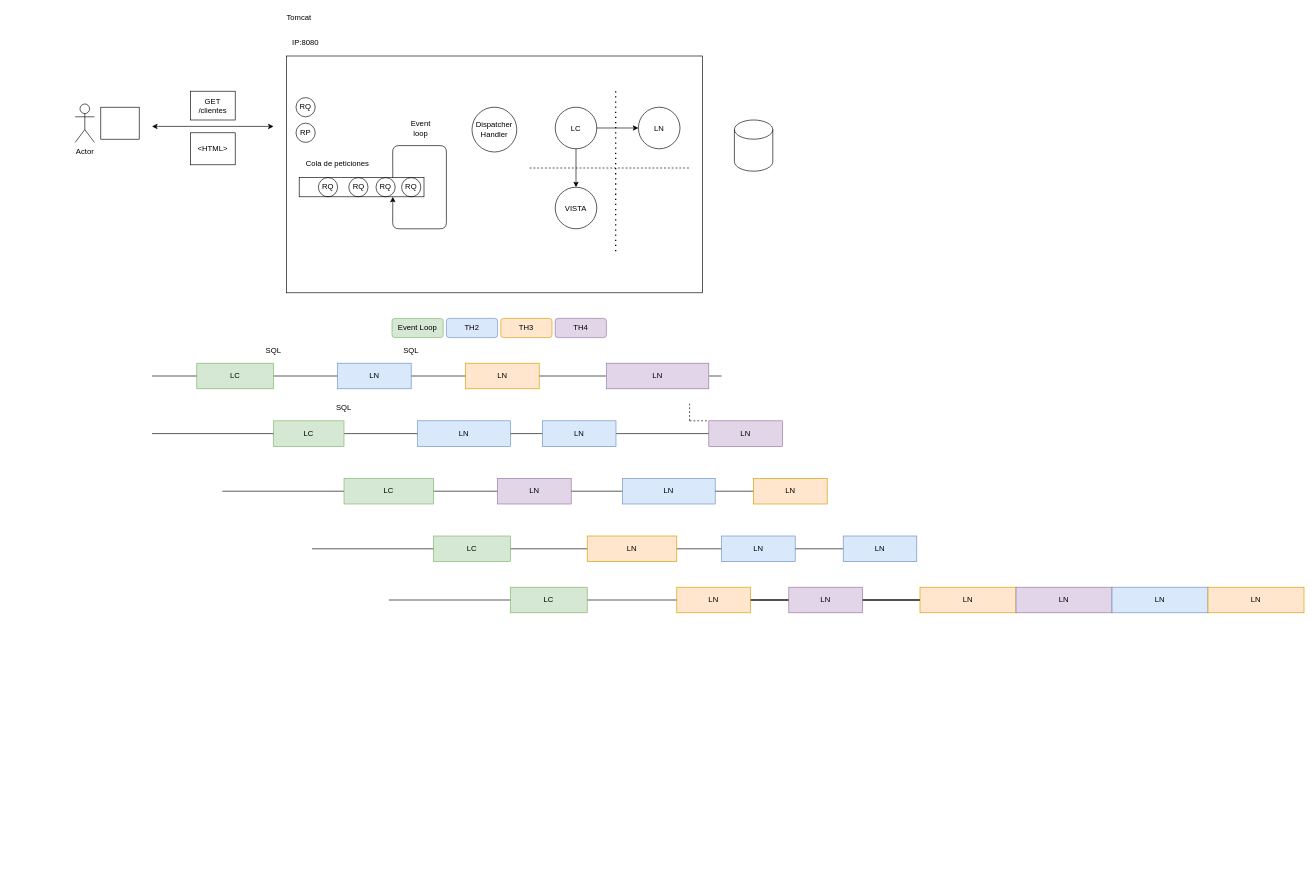
Before: page "Página-2" (2 of 4) of webflux_mutua.drawio in lrag/WebFlux, a draw.io diagram. Source tidied: cells renumbered, new cells numbered last; positions are measured from the earlier drawing's top-left corner, leaving out a move shared by most shapes. Both pictures are drawn from the tidied source at 64%, with x=0, y=0 at pixel (75, 11).
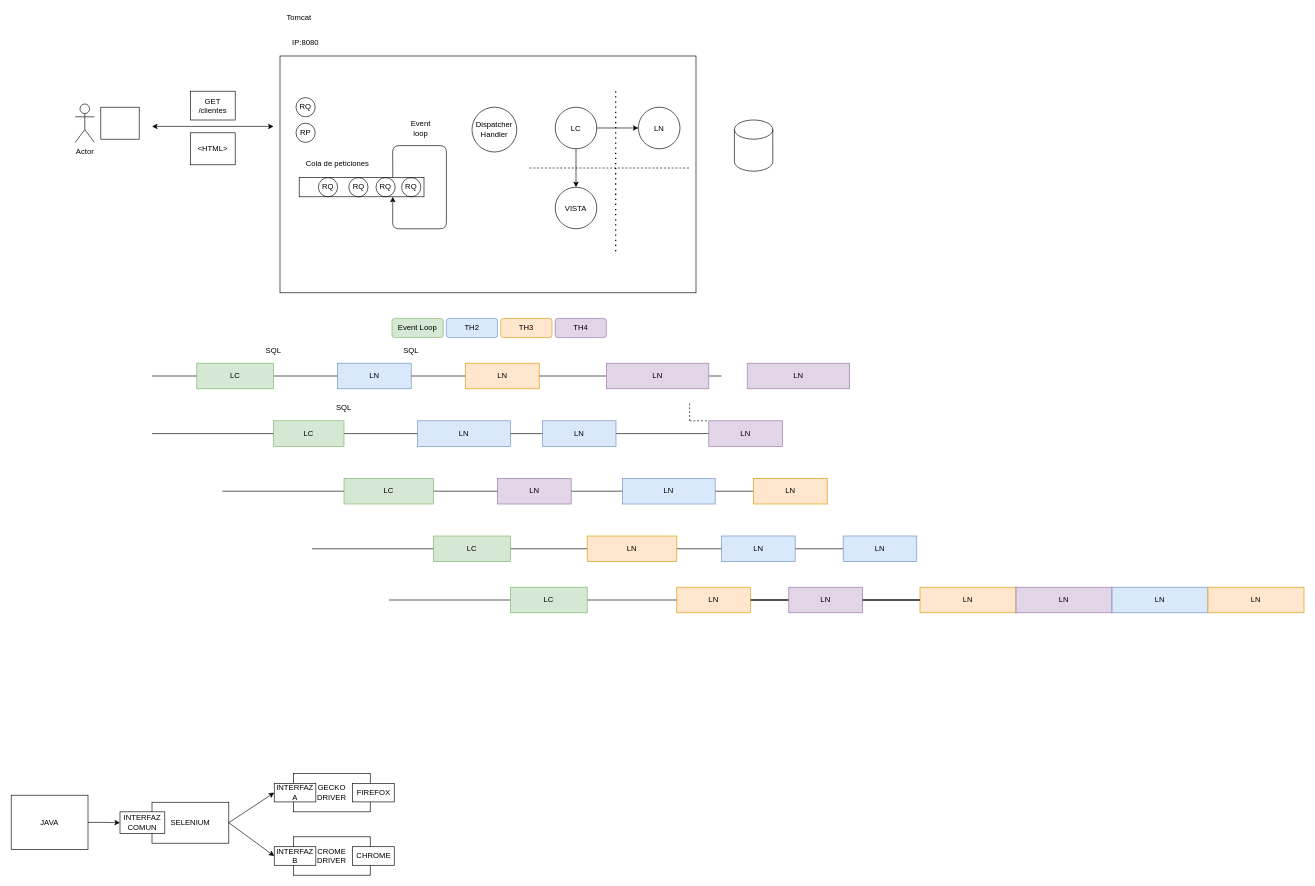
Above is the later version.

Change to the diagram source:
```diff
@@
     <mxCell id="5" style="rounded=0;whiteSpace=wrap;html=1;fillColor=none;" parent="1" vertex="1">
-      <mxGeometry x="330" y="70" width="650" height="370" as="geometry" />
+      <mxGeometry x="320" y="70" width="650" height="370" as="geometry" />
     </mxCell>
@@
+    <mxCell id="71" value="LN" style="rounded=0;whiteSpace=wrap;html=1;fillColor=#e1d5e7;strokeColor=#9673a6;" parent="1" vertex="1">
+      <mxGeometry x="1050" y="550" width="160" height="40" as="geometry" />
+    </mxCell>
+    <mxCell id="72" style="rounded=0;whiteSpace=wrap;html=1;fillColor=none;" parent="1" vertex="1">
+      <mxGeometry x="341" y="1191" width="120" height="60" as="geometry" />
+    </mxCell>
+    <mxCell id="73" value="FIREFOX" style="rounded=0;whiteSpace=wrap;html=1;" parent="1" vertex="1">
+      <mxGeometry x="433.5" y="1206.5" width="65" height="29" as="geometry" />
+    </mxCell>
+    <mxCell id="74" value="INTERFAZ&lt;br&gt;A" style="rounded=0;whiteSpace=wrap;html=1;" parent="1" vertex="1">
+      <mxGeometry x="311" y="1206.5" width="65" height="29" as="geometry" />
+    </mxCell>
+    <mxCell id="75" style="rounded=0;whiteSpace=wrap;html=1;fillColor=none;" parent="1" vertex="1">
+      <mxGeometry x="341" y="1290" width="120" height="60" as="geometry" />
+    </mxCell>
+    <mxCell id="76" value="CHROME" style="rounded=0;whiteSpace=wrap;html=1;" parent="1" vertex="1">
+      <mxGeometry x="433.5" y="1305.5" width="65" height="29" as="geometry" />
+    </mxCell>
+    <mxCell id="77" value="INTERFAZ&lt;br&gt;B" style="rounded=0;whiteSpace=wrap;html=1;" parent="1" vertex="1">
+      <mxGeometry x="311" y="1305.5" width="65" height="29" as="geometry" />
+    </mxCell>
+    <mxCell id="78" value="SELENIUM" style="rounded=0;whiteSpace=wrap;html=1;fillColor=#ffffff;" parent="1" vertex="1">
+      <mxGeometry x="120" y="1236" width="120" height="64" as="geometry" />
+    </mxCell>
+    <mxCell id="79" style="endArrow=classic;html=1;exitX=1;exitY=0.5;exitDx=0;exitDy=0;entryX=0;entryY=0.5;entryDx=0;entryDy=0;" parent="1" edge="1" source="78" target="74">
+      <mxGeometry relative="1" as="geometry" />
+    </mxCell>
+    <mxCell id="80" style="endArrow=classic;html=1;exitX=1;exitY=0.5;exitDx=0;exitDy=0;entryX=0;entryY=0.5;entryDx=0;entryDy=0;" parent="1" edge="1" source="78" target="77">
+      <mxGeometry relative="1" as="geometry" />
+    </mxCell>
+    <mxCell id="81" value="GECKO&lt;br&gt;DRIVER" style="text;html=1;strokeColor=none;fillColor=none;align=center;verticalAlign=middle;whiteSpace=wrap;rounded=0;" parent="1" vertex="1">
+      <mxGeometry x="381" y="1211" width="40" height="20" as="geometry" />
+    </mxCell>
+    <mxCell id="82" value="CROME&lt;br&gt;DRIVER" style="text;html=1;strokeColor=none;fillColor=none;align=center;verticalAlign=middle;whiteSpace=wrap;rounded=0;" parent="1" vertex="1">
+      <mxGeometry x="381" y="1310" width="40" height="20" as="geometry" />
+    </mxCell>
+    <mxCell id="83" value="INTERFAZ&lt;br&gt;COMUN" style="rounded=0;whiteSpace=wrap;html=1;fillColor=#ffffff;" parent="1" vertex="1">
+      <mxGeometry x="70" y="1251" width="70" height="34" as="geometry" />
+    </mxCell>
+    <mxCell id="84" style="edgeStyle=orthogonalEdgeStyle;rounded=0;jettySize=auto;html=1;" parent="1" edge="1" source="85" target="83">
+      <mxGeometry relative="1" as="geometry" />
+    </mxCell>
+    <mxCell id="85" value="JAVA" style="rounded=0;whiteSpace=wrap;html=1;fillColor=#ffffff;" parent="1" vertex="1">
+      <mxGeometry x="-100" y="1225" width="120" height="85" as="geometry" />
+    </mxCell>
```
